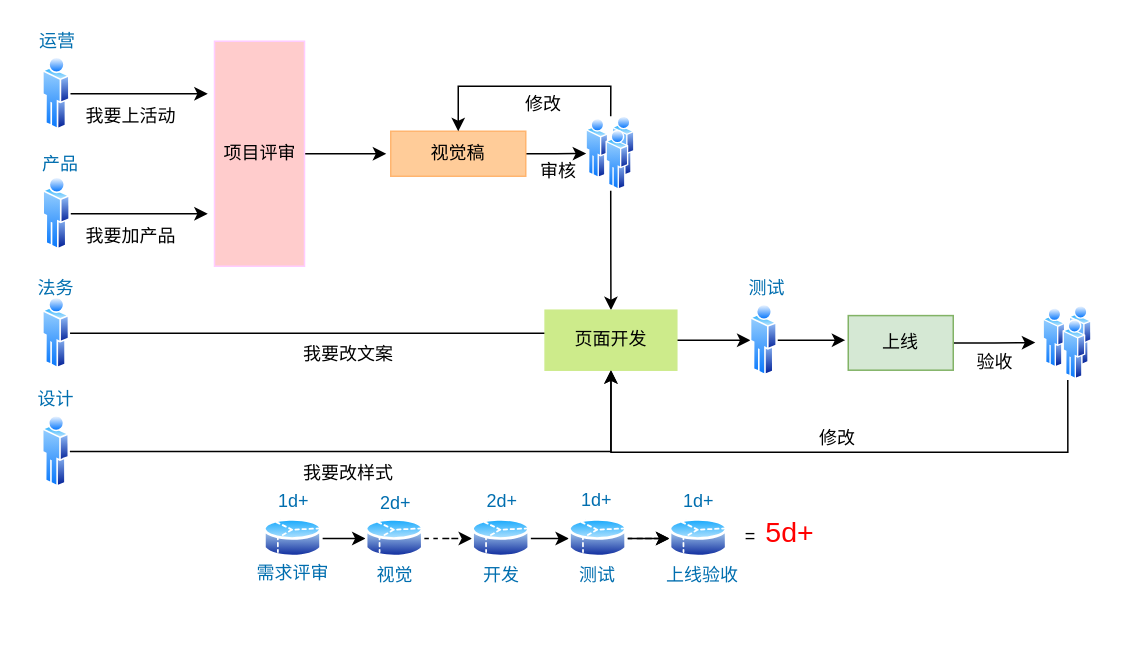
Before: page "配置平台2" (5 of 10) of Untitled Diagram.drawio in zyx1992/hexoDocs, a draw.io diagram. Source tidied: cells renumbered, new cells numbered last; positions are measured from the earlier drawing's top-left corner, leaving out a move shared by most shapes. Both pictures are drawn from the tidied source at 150%, with x=0, y=0 at pixel (26, 26).
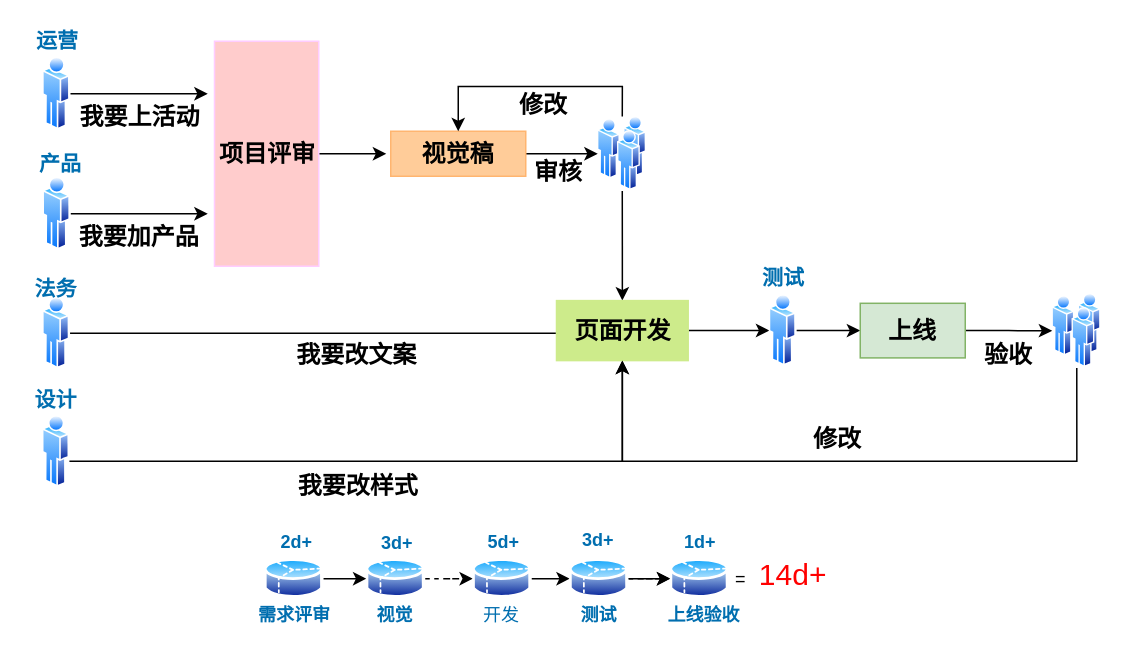
Above is the later version.

Unchanged cells that the change refers to:
```xml
<mxCell id="15" style="perimeter=ellipsePerimeter;html=1;align=center;shadow=0;dashed=0;spacingTop=3;image;image=img/lib/active_directory/user.svg;strokeColor=#FFB570;fontColor=#006EAF;" parent="1" vertex="1">
  <mxGeometry x="10.9" y="258.9" width="18.2" height="49.3" as="geometry" />
</mxCell>
```

The edit, as a diff of the source:
```diff
@@
-    <mxCell id="4" value="运营" style="text;html=1;strokeColor=none;fillColor=none;align=center;verticalAlign=middle;whiteSpace=wrap;rounded=0;fontColor=#006EAF;" parent="1" vertex="1">
+    <mxCell id="4" value="运营" style="text;html=1;strokeColor=none;fillColor=none;align=center;verticalAlign=middle;whiteSpace=wrap;rounded=0;fontColor=#006EAF;fontSize=14;fontStyle=1;" parent="1" vertex="1">
       <mxGeometry x="1" width="40" height="20" as="geometry" />
     </mxCell>
@@
-    <mxCell id="7" value="产品" style="text;html=1;strokeColor=none;fillColor=none;align=center;verticalAlign=middle;whiteSpace=wrap;rounded=0;fontColor=#006EAF;" parent="1" vertex="1">
+    <mxCell id="7" value="产品" style="text;html=1;strokeColor=none;fillColor=none;align=center;verticalAlign=middle;whiteSpace=wrap;rounded=0;fontColor=#006EAF;fontSize=14;fontStyle=1;" parent="1" vertex="1">
       <mxGeometry x="3" y="82" width="40" height="20" as="geometry" />
     </mxCell>
-    <mxCell id="8" value="我要上活动" style="text;html=1;strokeColor=none;fillColor=none;align=center;verticalAlign=middle;whiteSpace=wrap;rounded=0;" parent="1" vertex="1">
-      <mxGeometry x="29.8" y="50" width="80" height="20" as="geometry" />
+    <mxCell id="8" value="我要上活动" style="text;html=1;strokeColor=none;fillColor=none;align=center;verticalAlign=middle;whiteSpace=wrap;rounded=0;fontSize=16;fontStyle=1;" parent="1" vertex="1">
+      <mxGeometry x="29.8" y="50" width="92.2" height="20" as="geometry" />
     </mxCell>
@@
-    <mxCell id="11" value="法务" style="text;html=1;strokeColor=none;fillColor=none;align=center;verticalAlign=middle;whiteSpace=wrap;rounded=0;fontColor=#006EAF;" parent="1" vertex="1">
+    <mxCell id="11" value="法务" style="text;html=1;strokeColor=none;fillColor=none;align=center;verticalAlign=middle;whiteSpace=wrap;rounded=0;fontColor=#006EAF;fontSize=14;fontStyle=1;" parent="1" vertex="1">
       <mxGeometry y="164.7" width="40" height="20" as="geometry" />
     </mxCell>
-    <mxCell id="12" style="edgeStyle=orthogonalEdgeStyle;rounded=0;jettySize=auto;html=1;fontColor=#006EAF;" parent="1" edge="1" source="13">
+    <mxCell id="12" style="edgeStyle=orthogonalEdgeStyle;rounded=0;jettySize=auto;html=1;fontColor=#006EAF;exitX=1;exitY=0.5;exitDx=0;exitDy=0;" parent="1" edge="1" source="13">
       <mxGeometry relative="1" as="geometry">
         <mxPoint x="240" y="85" as="targetPoint" />
       </mxGeometry>
     </mxCell>
-    <mxCell id="13" value="项目评审" style="rounded=0;whiteSpace=wrap;html=1;fillColor=#ffcccc;strokeColor=#FFCCFF;" parent="1" vertex="1">
-      <mxGeometry x="125.5" y="10" width="60" height="150" as="geometry" />
+    <mxCell id="13" value="项目评审" style="rounded=0;whiteSpace=wrap;html=1;fillColor=#ffcccc;strokeColor=#FFCCFF;fontSize=16;fontStyle=1;" parent="1" vertex="1">
+      <mxGeometry x="125.5" y="10" width="69.5" height="150" as="geometry" />
     </mxCell>
-    <mxCell id="14" style="edgeStyle=orthogonalEdgeStyle;rounded=0;jettySize=auto;html=1;entryX=0.5;entryY=1;entryDx=0;entryDy=0;fontColor=#006EAF;" parent="1" edge="1" source="15" target="27">
-      <mxGeometry relative="1" as="geometry" />
+    <mxCell id="14" style="edgeStyle=orthogonalEdgeStyle;rounded=0;jettySize=auto;html=1;entryX=0.5;entryY=1;entryDx=0;entryDy=0;strokeColor=#000000;fontSize=16;fontColor=#000000;" parent="1" edge="1" source="15" target="27">
+      <mxGeometry relative="1" as="geometry">
+        <Array as="points">
+          <mxPoint x="397" y="290" />
+        </Array>
+      </mxGeometry>
     </mxCell>
@@
-    <mxCell id="16" value="设计" style="text;html=1;strokeColor=none;fillColor=none;align=center;verticalAlign=middle;whiteSpace=wrap;rounded=0;fontColor=#006EAF;" parent="1" vertex="1">
+    <mxCell id="16" value="设计" style="text;html=1;strokeColor=none;fillColor=none;align=center;verticalAlign=middle;whiteSpace=wrap;rounded=0;fontColor=#006EAF;fontSize=14;fontStyle=1;" parent="1" vertex="1">
       <mxGeometry y="238.9" width="40" height="20" as="geometry" />
     </mxCell>
-    <mxCell id="17" value="我要加产品" style="text;html=1;strokeColor=none;fillColor=none;align=center;verticalAlign=middle;whiteSpace=wrap;rounded=0;" parent="1" vertex="1">
-      <mxGeometry x="29.8" y="130" width="80" height="20" as="geometry" />
+    <mxCell id="17" value="我要加产品" style="text;html=1;strokeColor=none;fillColor=none;align=center;verticalAlign=middle;whiteSpace=wrap;rounded=0;fontSize=16;fontStyle=1;" parent="1" vertex="1">
+      <mxGeometry x="34.2" y="130" width="83.2" height="20" as="geometry" />
     </mxCell>
-    <mxCell id="18" value="我要改文案" style="text;html=1;strokeColor=none;fillColor=none;align=center;verticalAlign=middle;whiteSpace=wrap;rounded=0;" parent="1" vertex="1">
-      <mxGeometry x="175" y="209.3" width="80" height="20" as="geometry" />
+    <mxCell id="18" value="我要改文案" style="text;html=1;strokeColor=none;fillColor=none;align=center;verticalAlign=middle;whiteSpace=wrap;rounded=0;fontSize=16;fontStyle=1;" parent="1" vertex="1">
+      <mxGeometry x="175" y="209.3" width="91" height="20" as="geometry" />
     </mxCell>
-    <mxCell id="19" value="我要改样式" style="text;html=1;strokeColor=none;fillColor=none;align=center;verticalAlign=middle;whiteSpace=wrap;rounded=0;" parent="1" vertex="1">
-      <mxGeometry x="175" y="288.2" width="80" height="20" as="geometry" />
+    <mxCell id="19" value="我要改样式" style="text;html=1;strokeColor=none;fillColor=none;align=center;verticalAlign=middle;whiteSpace=wrap;rounded=0;fontSize=16;fontStyle=1;spacing=2;" parent="1" vertex="1">
+      <mxGeometry x="177" y="296" width="89" height="20" as="geometry" />
     </mxCell>
@@
-    <mxCell id="21" value="视觉稿" style="rounded=0;whiteSpace=wrap;html=1;fillColor=#ffcc99;strokeColor=#FFB570;" parent="1" vertex="1">
+    <mxCell id="21" value="视觉稿" style="rounded=0;whiteSpace=wrap;html=1;fillColor=#ffcc99;strokeColor=#FFB570;fontSize=16;fontStyle=1;" parent="1" vertex="1">
       <mxGeometry x="243" y="70" width="90" height="30" as="geometry" />
     </mxCell>
@@
     <mxCell id="24" style="perimeter=ellipsePerimeter;html=1;align=center;shadow=0;dashed=0;spacingTop=3;image;image=img/lib/active_directory/users.svg;strokeColor=#FFB570;fontColor=#006EAF;" parent="1" vertex="1">
-      <mxGeometry x="373.3" y="60" width="32.7" height="49.6" as="geometry" />
+      <mxGeometry x="381" y="60.2" width="32.7" height="49.6" as="geometry" />
     </mxCell>
-    <mxCell id="25" value="审核" style="text;html=1;strokeColor=none;fillColor=none;align=center;verticalAlign=middle;whiteSpace=wrap;rounded=0;" parent="1" vertex="1">
+    <mxCell id="25" value="审核" style="text;html=1;strokeColor=none;fillColor=none;align=center;verticalAlign=middle;whiteSpace=wrap;rounded=0;fontSize=16;fontStyle=1;" parent="1" vertex="1">
       <mxGeometry x="315" y="87" width="80" height="20" as="geometry" />
     </mxCell>
@@
-    <mxCell id="27" value="页面开发" style="rounded=0;whiteSpace=wrap;html=1;fillColor=#cdeb8b;strokeColor=#CDEB8B;" parent="1" vertex="1">
-      <mxGeometry x="345.9" y="189.3" width="87.8" height="40" as="geometry" />
+    <mxCell id="27" value="&lt;font style=&quot;font-size: 16px;&quot;&gt;页面开发&lt;/font&gt;" style="rounded=0;whiteSpace=wrap;html=1;fillColor=#cdeb8b;strokeColor=#CDEB8B;fontSize=16;fontStyle=1;" parent="1" vertex="1">
+      <mxGeometry x="353.5" y="182.9" width="87.8" height="40" as="geometry" />
     </mxCell>
-    <mxCell id="28" value="修改" style="text;html=1;strokeColor=none;fillColor=none;align=center;verticalAlign=middle;whiteSpace=wrap;rounded=0;" parent="1" vertex="1">
+    <mxCell id="28" value="修改" style="text;html=1;strokeColor=none;fillColor=none;align=center;verticalAlign=middle;whiteSpace=wrap;rounded=0;fontSize=16;fontStyle=1;" parent="1" vertex="1">
       <mxGeometry x="305" y="42" width="80" height="20" as="geometry" />
     </mxCell>
-    <mxCell id="29" style="edgeStyle=orthogonalEdgeStyle;rounded=0;jettySize=auto;html=1;fontColor=#000000;" parent="1" edge="1" source="30">
-      <mxGeometry relative="1" as="geometry">
-        <mxPoint x="546" y="209.3" as="targetPoint" />
-      </mxGeometry>
-    </mxCell>
+    <mxCell id="65" style="edgeStyle=orthogonalEdgeStyle;rounded=0;jettySize=auto;html=1;entryX=0;entryY=0.5;entryDx=0;entryDy=0;strokeColor=#000000;fontSize=16;fontColor=#000000;" parent="1" edge="1" source="30" target="32">
+      <mxGeometry relative="1" as="geometry" />
+    </mxCell>
     <mxCell id="30" style="perimeter=ellipsePerimeter;html=1;align=center;shadow=0;dashed=0;spacingTop=3;image;image=img/lib/active_directory/user.svg;strokeColor=#FFB570;fontColor=#006EAF;" parent="1" vertex="1">
-      <mxGeometry x="482.8" y="184.7" width="18.2" height="49.3" as="geometry" />
+      <mxGeometry x="495.4" y="178.2" width="18.2" height="49.3" as="geometry" />
     </mxCell>
-    <mxCell id="31" style="edgeStyle=orthogonalEdgeStyle;rounded=0;jettySize=auto;html=1;entryX=0;entryY=0.25;entryDx=0;entryDy=0;fontColor=#000000;" parent="1" edge="1" source="32">
-      <mxGeometry relative="1" as="geometry">
-        <mxPoint x="672.7" y="210.9" as="targetPoint" />
-      </mxGeometry>
-    </mxCell>
+    <mxCell id="66" style="edgeStyle=orthogonalEdgeStyle;rounded=0;jettySize=auto;html=1;entryX=0;entryY=0.5;entryDx=0;entryDy=0;strokeColor=#000000;fontSize=16;fontColor=#000000;" parent="1" edge="1" source="32" target="63">
+      <mxGeometry relative="1" as="geometry" />
+    </mxCell>
-    <mxCell id="32" value="上线" style="rounded=0;whiteSpace=wrap;html=1;fillColor=#d5e8d4;strokeColor=#82b366;" parent="1" vertex="1">
-      <mxGeometry x="548" y="192.9" width="70" height="36.4" as="geometry" />
+    <mxCell id="32" value="上线" style="rounded=0;whiteSpace=wrap;html=1;fillColor=#d5e8d4;strokeColor=#82b366;fontSize=16;fontStyle=1;" parent="1" vertex="1">
+      <mxGeometry x="556" y="184.7" width="70" height="36.4" as="geometry" />
     </mxCell>
-    <mxCell id="33" value="测试" style="text;html=1;strokeColor=none;fillColor=none;align=center;verticalAlign=middle;whiteSpace=wrap;rounded=0;fontColor=#006EAF;" parent="1" vertex="1">
-      <mxGeometry x="473.6" y="164.7" width="40" height="20" as="geometry" />
+    <mxCell id="33" value="测试" style="text;html=1;strokeColor=none;fillColor=none;align=center;verticalAlign=middle;whiteSpace=wrap;rounded=0;fontColor=#006EAF;fontSize=14;fontStyle=1;" parent="1" vertex="1">
+      <mxGeometry x="484.5" y="158.2" width="40" height="20" as="geometry" />
     </mxCell>
-    <mxCell id="34" value="修改" style="text;html=1;strokeColor=none;fillColor=none;align=center;verticalAlign=middle;whiteSpace=wrap;rounded=0;" parent="1" vertex="1">
+    <mxCell id="34" value="修改" style="text;html=1;strokeColor=none;fillColor=none;align=center;verticalAlign=middle;whiteSpace=wrap;rounded=0;fontSize=16;fontStyle=1;" parent="1" vertex="1">
       <mxGeometry x="501" y="265" width="80" height="20" as="geometry" />
     </mxCell>
-    <mxCell id="35" value="验收" style="text;html=1;strokeColor=none;fillColor=none;align=center;verticalAlign=middle;whiteSpace=wrap;rounded=0;" parent="1" vertex="1">
-      <mxGeometry x="606" y="214" width="80" height="20" as="geometry" />
+    <mxCell id="35" value="验收" style="text;html=1;strokeColor=none;fillColor=none;align=center;verticalAlign=middle;whiteSpace=wrap;rounded=0;fontSize=16;fontStyle=1;" parent="1" vertex="1">
+      <mxGeometry x="615" y="209.3" width="80" height="20" as="geometry" />
     </mxCell>
@@
-    <mxCell id="37" value="需求评审" style="text;html=1;strokeColor=none;fillColor=none;align=center;verticalAlign=middle;whiteSpace=wrap;rounded=0;fontColor=#006EAF;" parent="1" vertex="1">
-      <mxGeometry x="138" y="355" width="80" height="20" as="geometry" />
+    <mxCell id="37" value="需求评审" style="text;html=1;strokeColor=none;fillColor=none;align=center;verticalAlign=middle;whiteSpace=wrap;rounded=0;fontColor=#006EAF;fontStyle=1;" parent="1" vertex="1">
+      <mxGeometry x="139" y="382.8" width="80" height="20" as="geometry" />
     </mxCell>
-    <mxCell id="38" value="视觉" style="text;html=1;strokeColor=none;fillColor=none;align=center;verticalAlign=middle;whiteSpace=wrap;rounded=0;fontColor=#006EAF;" parent="1" vertex="1">
-      <mxGeometry x="205.8" y="356" width="80" height="20" as="geometry" />
+    <mxCell id="38" value="视觉" style="text;html=1;strokeColor=none;fillColor=none;align=center;verticalAlign=middle;whiteSpace=wrap;rounded=0;fontColor=#006EAF;fontStyle=1;" parent="1" vertex="1">
+      <mxGeometry x="206.4" y="382.8" width="80" height="20" as="geometry" />
     </mxCell>
-    <mxCell id="39" value="1d+" style="text;html=1;align=center;verticalAlign=middle;fontColor=#006EAF;" parent="1" vertex="1">
-      <mxGeometry x="158.4" y="307.2" width="40" height="20" as="geometry" />
+    <mxCell id="39" value="2d+" style="text;html=1;align=center;verticalAlign=middle;fontColor=#006EAF;fontStyle=1;" parent="1" vertex="1">
+      <mxGeometry x="164" y="335" width="31" height="18" as="geometry" />
     </mxCell>
@@
     <mxCell id="41" value="开发" style="text;html=1;strokeColor=none;fillColor=none;align=center;verticalAlign=middle;whiteSpace=wrap;rounded=0;fontColor=#006EAF;" parent="1" vertex="1">
-      <mxGeometry x="276.8" y="356" width="80" height="20" as="geometry" />
+      <mxGeometry x="277.4" y="382.8" width="80" height="20" as="geometry" />
     </mxCell>
-    <mxCell id="42" value="2d+" style="text;html=1;align=center;verticalAlign=middle;fontColor=#006EAF;" parent="1" vertex="1">
-      <mxGeometry x="226.2" y="308.2" width="40" height="20" as="geometry" />
+    <mxCell id="42" value="3d+" style="text;html=1;align=center;verticalAlign=middle;fontColor=#006EAF;fontStyle=1;" parent="1" vertex="1">
+      <mxGeometry x="226.8" y="335" width="40" height="20" as="geometry" />
     </mxCell>
@@
-    <mxCell id="44" value="测试" style="text;html=1;strokeColor=none;fillColor=none;align=center;verticalAlign=middle;whiteSpace=wrap;rounded=0;fontColor=#006EAF;" parent="1" vertex="1">
-      <mxGeometry x="341.4" y="356" width="80" height="20" as="geometry" />
+    <mxCell id="44" value="测试" style="text;html=1;strokeColor=none;fillColor=none;align=center;verticalAlign=middle;whiteSpace=wrap;rounded=0;fontColor=#006EAF;fontStyle=1;" parent="1" vertex="1">
+      <mxGeometry x="342" y="382.8" width="80" height="20" as="geometry" />
     </mxCell>
@@
-    <mxCell id="46" value="上线验收" style="text;html=1;strokeColor=none;fillColor=none;align=center;verticalAlign=middle;whiteSpace=wrap;rounded=0;fontColor=#006EAF;" parent="1" vertex="1">
-      <mxGeometry x="411.4" y="356" width="80" height="20" as="geometry" />
+    <mxCell id="46" value="上线验收" style="text;html=1;strokeColor=none;fillColor=none;align=center;verticalAlign=middle;whiteSpace=wrap;rounded=0;fontColor=#006EAF;fontStyle=1;" parent="1" vertex="1">
+      <mxGeometry x="412" y="382.8" width="80" height="20" as="geometry" />
     </mxCell>
-    <mxCell id="47" value="2d+" style="text;html=1;align=center;verticalAlign=middle;fontColor=#006EAF;" parent="1" vertex="1">
-      <mxGeometry x="301.8" y="308.2" width="30" height="18" as="geometry" />
+    <mxCell id="47" value="5d+" style="text;html=1;align=center;verticalAlign=middle;fontColor=#006EAF;fontStyle=1;" parent="1" vertex="1">
+      <mxGeometry x="302.4" y="335" width="31" height="18" as="geometry" />
     </mxCell>
-    <mxCell id="48" value="1d+" style="text;html=1;align=center;verticalAlign=middle;fontColor=#006EAF;" parent="1" vertex="1">
-      <mxGeometry x="433" y="308.2" width="30" height="18" as="geometry" />
+    <mxCell id="48" value="1d+" style="text;html=1;align=center;verticalAlign=middle;fontColor=#006EAF;fontStyle=1;" parent="1" vertex="1">
+      <mxGeometry x="428.6" y="334" width="40" height="20" as="geometry" />
     </mxCell>
-    <mxCell id="49" style="edgeStyle=orthogonalEdgeStyle;rounded=0;orthogonalLoop=1;jettySize=auto;html=1;exitX=0.5;exitY=1;exitDx=0;exitDy=0;fontColor=#006EAF;" parent="1" edge="1" source="17" target="17">
-      <mxGeometry relative="1" as="geometry" />
-    </mxCell>
-    <mxCell id="50" value="=&amp;nbsp;&lt;font color=&quot;#ff0000&quot;&gt; &lt;font style=&quot;font-size: 19px&quot;&gt;5d+&lt;/font&gt;&lt;/font&gt;" style="text;html=1;align=center;verticalAlign=middle;fontColor=#000000;" parent="1" vertex="1">
-      <mxGeometry x="473.6" y="327.2" width="56" height="21" as="geometry" />
+    <mxCell id="50" value="=&amp;nbsp;&lt;font color=&quot;#ff0000&quot; style=&quot;font-size: 20px&quot;&gt;&amp;nbsp;14&lt;font style=&quot;font-size: 20px&quot;&gt;d+&lt;/font&gt;&lt;/font&gt;" style="text;html=1;align=center;verticalAlign=middle;fontColor=#000000;" parent="1" vertex="1">
+      <mxGeometry x="467.2" y="355" width="71" height="20" as="geometry" />
     </mxCell>
@@
     <mxCell id="53" style="perimeter=ellipsePerimeter;html=1;align=center;shadow=0;dashed=0;spacingTop=3;image;image=img/lib/active_directory/database_partition_3.svg;strokeColor=#FFB570;fontColor=#006EAF;" parent="1" vertex="1">
-      <mxGeometry x="158.4" y="327" width="39.2" height="29" as="geometry" />
+      <mxGeometry x="159" y="353.8" width="39.2" height="29" as="geometry" />
     </mxCell>
@@
     <mxCell id="55" style="perimeter=ellipsePerimeter;html=1;align=center;shadow=0;dashed=0;spacingTop=3;image;image=img/lib/active_directory/database_partition_3.svg;strokeColor=#FFB570;fontColor=#006EAF;" parent="1" vertex="1">
-      <mxGeometry x="226.2" y="327" width="39.2" height="29" as="geometry" />
+      <mxGeometry x="226.8" y="353.8" width="39.2" height="29" as="geometry" />
     </mxCell>
@@
     <mxCell id="57" style="perimeter=ellipsePerimeter;html=1;align=center;shadow=0;dashed=0;spacingTop=3;image;image=img/lib/active_directory/database_partition_3.svg;strokeColor=#FFB570;fontColor=#006EAF;" parent="1" vertex="1">
-      <mxGeometry x="297.2" y="327" width="39.2" height="29" as="geometry" />
+      <mxGeometry x="297.8" y="353.8" width="39.2" height="29" as="geometry" />
     </mxCell>
@@
     <mxCell id="60" style="perimeter=ellipsePerimeter;html=1;align=center;shadow=0;dashed=0;spacingTop=3;image;image=img/lib/active_directory/database_partition_3.svg;strokeColor=#FFB570;fontColor=#006EAF;" parent="1" vertex="1">
-      <mxGeometry x="361.8" y="327" width="39.2" height="29" as="geometry" />
+      <mxGeometry x="362.4" y="353.8" width="39.2" height="29" as="geometry" />
     </mxCell>
     <mxCell id="61" style="perimeter=ellipsePerimeter;html=1;align=center;shadow=0;dashed=0;spacingTop=3;image;image=img/lib/active_directory/database_partition_3.svg;strokeColor=#FFB570;fontColor=#006EAF;" parent="1" vertex="1">
-      <mxGeometry x="428.8" y="327" width="39.2" height="29" as="geometry" />
+      <mxGeometry x="429.4" y="353.8" width="39.2" height="29" as="geometry" />
     </mxCell>
-    <mxCell id="62" style="edgeStyle=orthogonalEdgeStyle;rounded=0;jettySize=auto;html=1;entryX=0.5;entryY=1;entryDx=0;entryDy=0;fontColor=#000000;" parent="1" edge="1" source="63" target="27">
+    <mxCell id="62" style="edgeStyle=orthogonalEdgeStyle;rounded=0;jettySize=auto;html=1;entryX=0.5;entryY=1;entryDx=0;entryDy=0;strokeColor=#000000;fontSize=16;fontColor=#000000;" parent="1" edge="1" source="63" target="27">
       <mxGeometry relative="1" as="geometry">
         <Array as="points">
-          <mxPoint x="694" y="284" />
-          <mxPoint x="390" y="284" />
+          <mxPoint x="700" y="290" />
+          <mxPoint x="397" y="290" />
         </Array>
       </mxGeometry>
     </mxCell>
     <mxCell id="63" style="perimeter=ellipsePerimeter;html=1;align=center;shadow=0;dashed=0;spacingTop=3;image;image=img/lib/active_directory/users.svg;strokeColor=#FFB570;fontColor=#006EAF;" parent="1" vertex="1">
-      <mxGeometry x="678" y="186.3" width="32.7" height="49.6" as="geometry" />
+      <mxGeometry x="684" y="178.2" width="32.7" height="49.6" as="geometry" />
     </mxCell>
-    <mxCell id="64" value="1d+" style="text;html=1;align=center;verticalAlign=middle;fontColor=#006EAF;" parent="1" vertex="1">
-      <mxGeometry x="365" y="307.2" width="30" height="18" as="geometry" />
+    <mxCell id="64" value="3d+" style="text;html=1;align=center;verticalAlign=middle;fontColor=#006EAF;fontStyle=1;" parent="1" vertex="1">
+      <mxGeometry x="365.6" y="334" width="31" height="18" as="geometry" />
     </mxCell>
```
